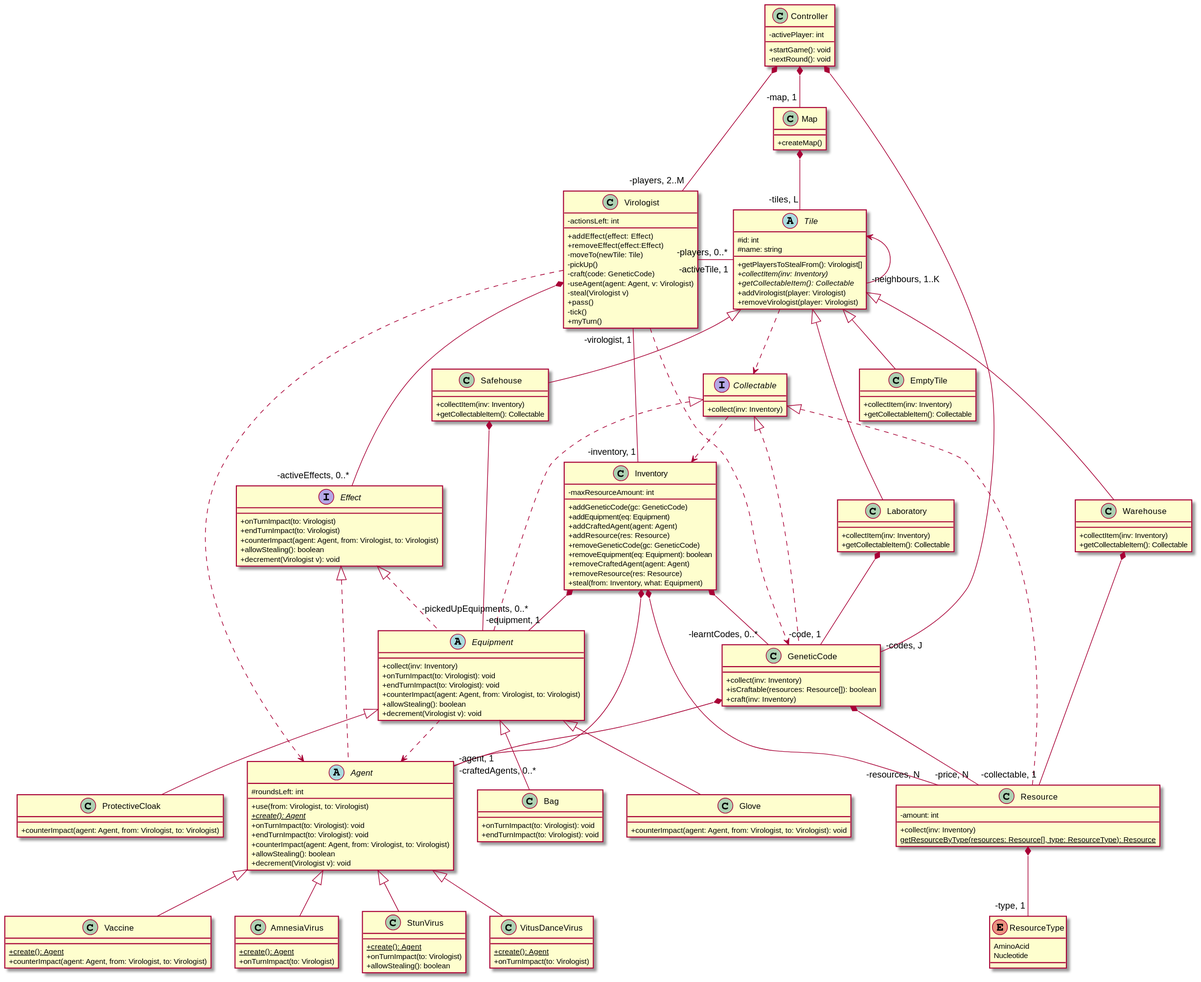
Earlier version of the PlantUML export docs/classDiagrams/classDiagram.svg (Tschonti/503-service-unavailable).
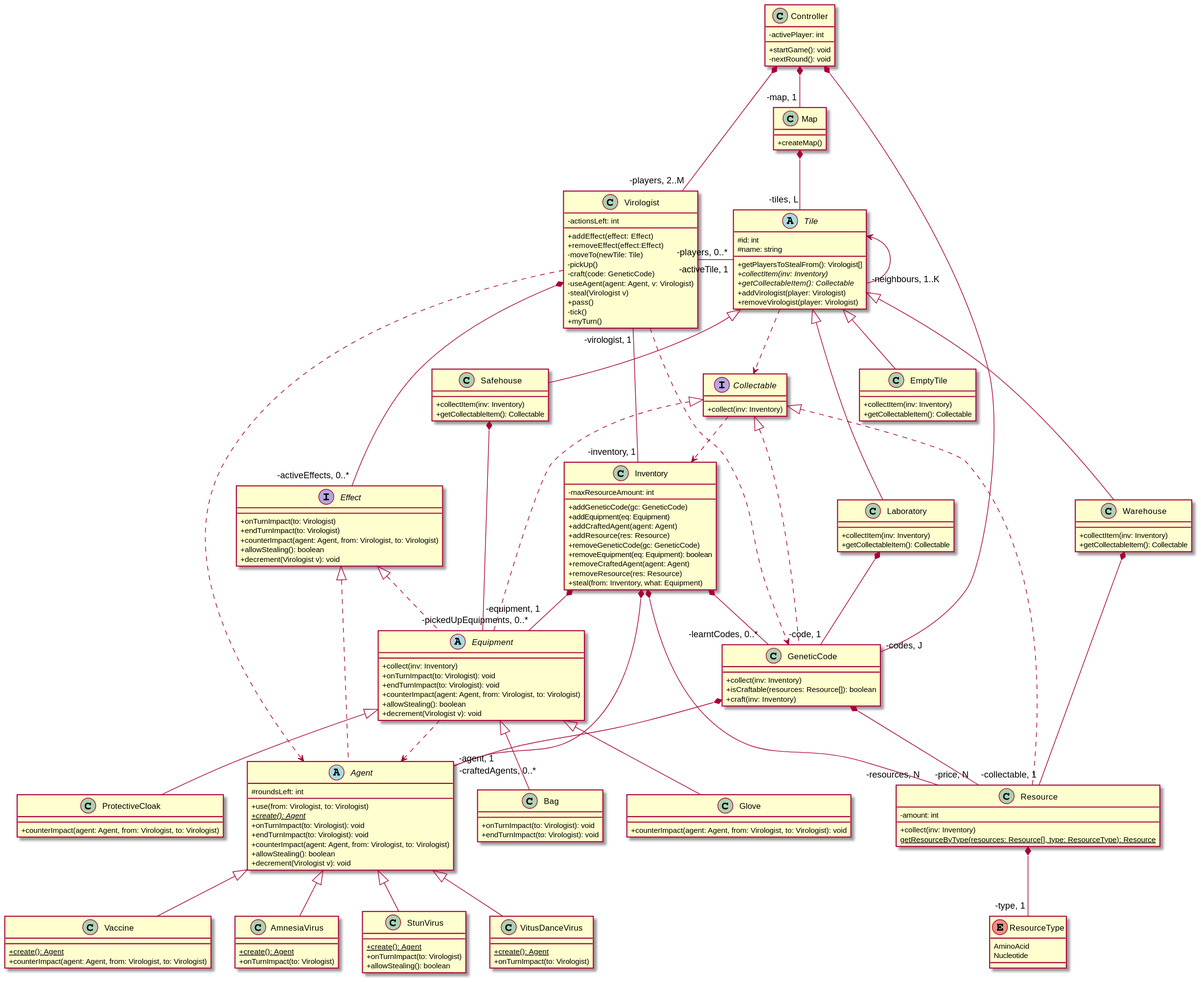
The same diagram one commit later.

What changed in the source:
```diff
@@ -95,7 +95,7 @@
 Virologist *-- "-activeEffects, 0..*" Effect
 
 Inventory *-- "-learntCodes, 0..*" GeneticCode
-Inventory *-- "-pickedUpEquipments, 0..*\n" Equipment
+Inventory *-- "-pickedUpEquipments, 0..*" Equipment
 Inventory *-- "-craftedAgents, 0..*" Agent
 Inventory *-- "-resources, N" Resource
 
@@ -156,7 +156,7 @@
 }
 
 Laboratory *-- "-code, 1" GeneticCode
-Safehouse *-- "-equipment, 1" Equipment
+Safehouse *-- "-equipment, 1\n" Equipment
 Warehouse *-- "-collectable, 1" Resource
 
 Map  *-- "-tiles, L" Tile
```
